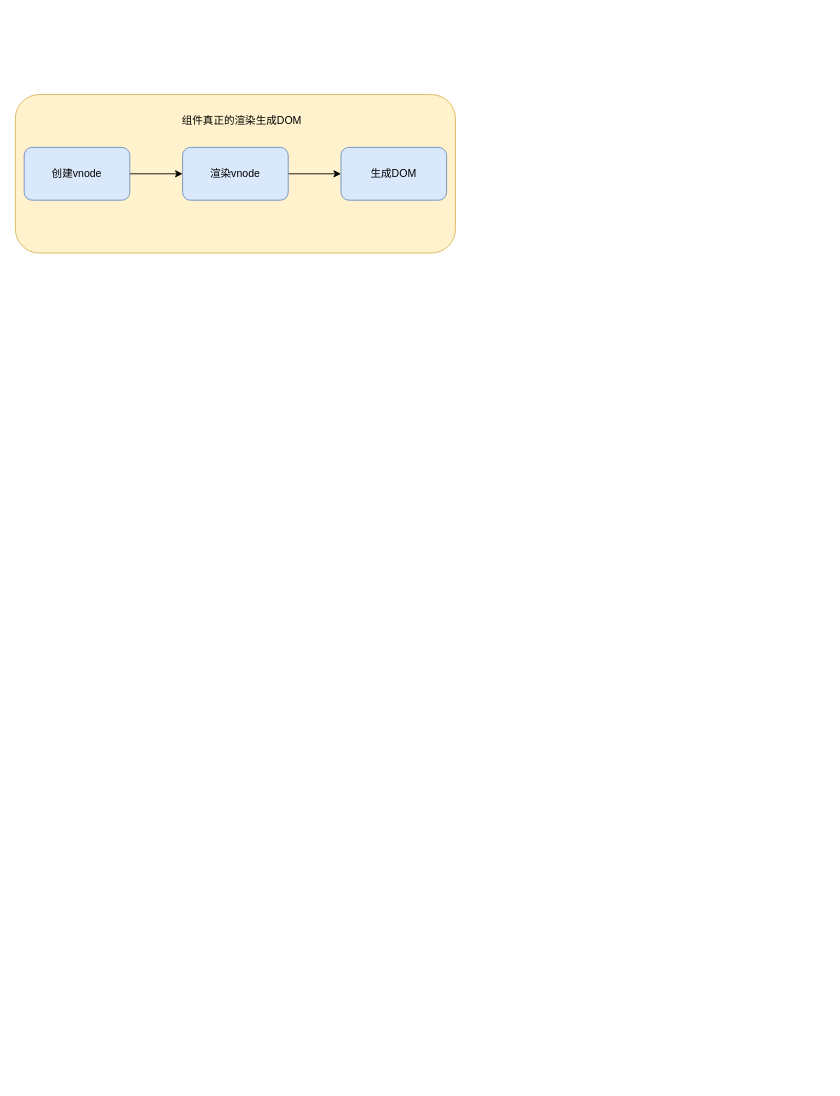
FlyingFish1314/diagrams keeps this draw.io diagram as vue.drawio. Above is the earlier version. Source tidied: cells renumbered, new cells numbered last; positions are measured from the earlier drawing's top-left corner, leaving out a move shared by most shapes. Both pictures are drawn from the tidied source at 88%, with x=0, y=0 at pixel (15, 94).
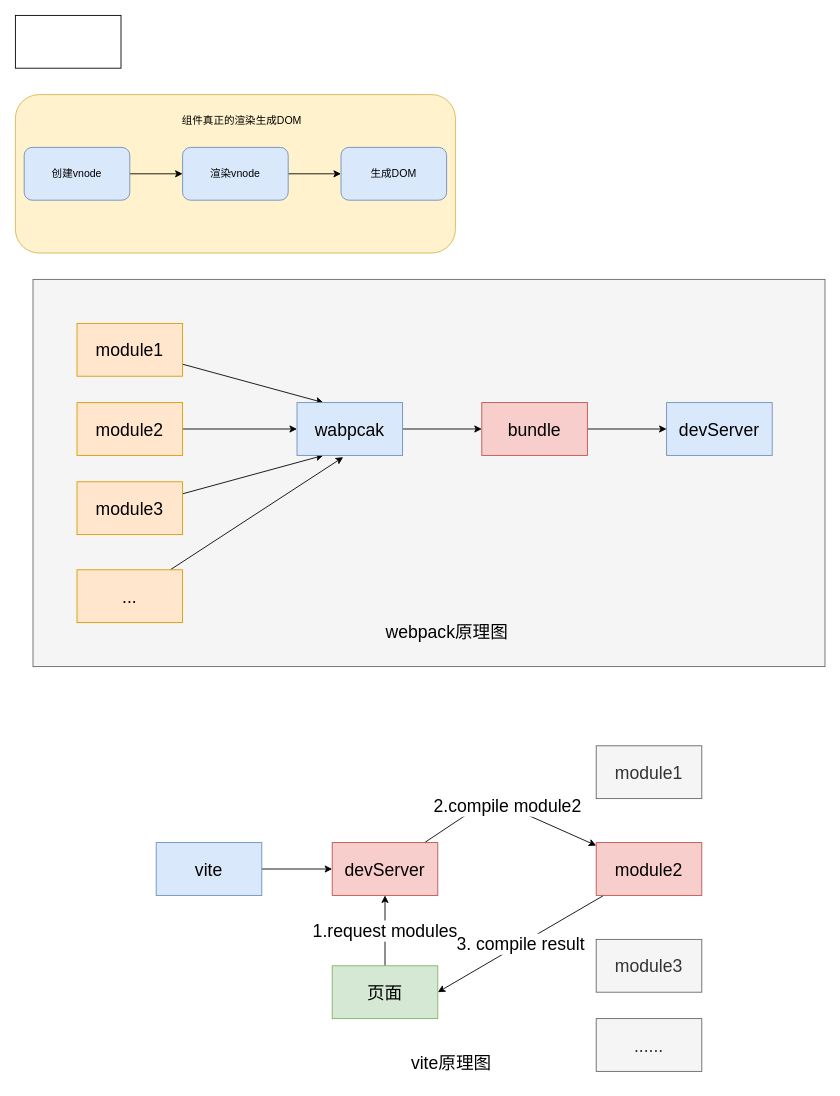
After the change.

Diff of the diagram source:
```diff
@@
+    <mxCell id="9" style="rounded=0;whiteSpace=wrap;html=1;fontSize=20;fillColor=#f5f5f5;fontColor=#333333;strokeColor=#666666;" parent="1" vertex="1">
+      <mxGeometry x="20" y="210" width="900" height="440" as="geometry" />
+    </mxCell>
@@
+    <mxCell id="10" style="rounded=0;whiteSpace=wrap;html=1;" parent="1" vertex="1">
+      <mxGeometry y="-90" width="120" height="60" as="geometry" />
+    </mxCell>
+    <mxCell id="11" style="edgeStyle=none;html=1;entryX=0.25;entryY=0;entryDx=0;entryDy=0;fontSize=20;" parent="1" edge="1" source="12" target="18">
+      <mxGeometry relative="1" as="geometry" />
+    </mxCell>
+    <mxCell id="12" value="&lt;font style=&quot;font-size: 20px;&quot;&gt;module1&lt;/font&gt;" style="rounded=0;whiteSpace=wrap;html=1;fillColor=#ffe6cc;strokeColor=#d79b00;" parent="1" vertex="1">
+      <mxGeometry x="70" y="260" width="120" height="60" as="geometry" />
+    </mxCell>
+    <mxCell id="13" style="edgeStyle=none;html=1;entryX=0;entryY=0.5;entryDx=0;entryDy=0;fontSize=20;" parent="1" edge="1" source="14" target="18">
+      <mxGeometry relative="1" as="geometry" />
+    </mxCell>
+    <mxCell id="14" value="&lt;font style=&quot;font-size: 20px;&quot;&gt;module2&lt;/font&gt;" style="rounded=0;whiteSpace=wrap;html=1;fillColor=#ffe6cc;strokeColor=#d79b00;" parent="1" vertex="1">
+      <mxGeometry x="70" y="350" width="120" height="60" as="geometry" />
+    </mxCell>
+    <mxCell id="15" style="edgeStyle=none;html=1;entryX=0.25;entryY=1;entryDx=0;entryDy=0;fontSize=20;" parent="1" edge="1" source="16" target="18">
+      <mxGeometry relative="1" as="geometry" />
+    </mxCell>
+    <mxCell id="16" value="&lt;font style=&quot;font-size: 20px;&quot;&gt;module3&lt;/font&gt;" style="rounded=0;whiteSpace=wrap;html=1;fillColor=#ffe6cc;strokeColor=#d79b00;" parent="1" vertex="1">
+      <mxGeometry x="70" y="440" width="120" height="60" as="geometry" />
+    </mxCell>
+    <mxCell id="17" style="edgeStyle=none;html=1;entryX=0;entryY=0.5;entryDx=0;entryDy=0;fontSize=20;" parent="1" edge="1" source="18" target="22">
+      <mxGeometry relative="1" as="geometry" />
+    </mxCell>
+    <mxCell id="18" value="wabpcak" style="rounded=0;whiteSpace=wrap;html=1;fontSize=20;fillColor=#dae8fc;strokeColor=#6c8ebf;" parent="1" vertex="1">
+      <mxGeometry x="320" y="350" width="120" height="60" as="geometry" />
+    </mxCell>
+    <mxCell id="19" style="edgeStyle=none;html=1;entryX=0.437;entryY=1.033;entryDx=0;entryDy=0;entryPerimeter=0;fontSize=20;" parent="1" edge="1" source="20" target="18">
+      <mxGeometry relative="1" as="geometry" />
+    </mxCell>
+    <mxCell id="20" value="&lt;span style=&quot;font-size: 20px;&quot;&gt;...&lt;/span&gt;" style="rounded=0;whiteSpace=wrap;html=1;fillColor=#ffe6cc;strokeColor=#d79b00;" parent="1" vertex="1">
+      <mxGeometry x="70" y="540" width="120" height="60" as="geometry" />
+    </mxCell>
+    <mxCell id="21" style="edgeStyle=none;html=1;fontSize=20;" parent="1" edge="1" source="22" target="23">
+      <mxGeometry relative="1" as="geometry" />
+    </mxCell>
+    <mxCell id="22" value="bundle" style="rounded=0;whiteSpace=wrap;html=1;fontSize=20;fillColor=#f8cecc;strokeColor=#b85450;" parent="1" vertex="1">
+      <mxGeometry x="530" y="350" width="120" height="60" as="geometry" />
+    </mxCell>
+    <mxCell id="23" value="devServer" style="rounded=0;whiteSpace=wrap;html=1;fontSize=20;fillColor=#dae8fc;strokeColor=#6c8ebf;" parent="1" vertex="1">
+      <mxGeometry x="740" y="350" width="120" height="60" as="geometry" />
+    </mxCell>
+    <mxCell id="24" value="webpack原理图" style="text;html=1;align=center;verticalAlign=middle;strokeColor=none;fillColor=none;fontSize=20;" parent="1" vertex="1">
+      <mxGeometry x="410" y="590" width="160" height="40" as="geometry" />
+    </mxCell>
+    <mxCell id="25" style="edgeStyle=none;html=1;fontSize=20;" parent="1" edge="1" source="26" target="28">
+      <mxGeometry relative="1" as="geometry" />
+    </mxCell>
+    <mxCell id="26" value="vite" style="rounded=0;whiteSpace=wrap;html=1;fontSize=20;fillColor=#dae8fc;strokeColor=#6c8ebf;" parent="1" vertex="1">
+      <mxGeometry x="160" y="850" width="120" height="60" as="geometry" />
+    </mxCell>
+    <mxCell id="27" value="2.compile module2" style="edgeStyle=none;html=1;fontSize=20;" parent="1" edge="1" source="28" target="30">
+      <mxGeometry relative="1" as="geometry">
+        <Array as="points">
+          <mxPoint x="540" y="800" />
+        </Array>
+      </mxGeometry>
+    </mxCell>
+    <mxCell id="28" value="devServer" style="rounded=0;whiteSpace=wrap;html=1;fontSize=20;fillColor=#f8cecc;strokeColor=#b85450;" parent="1" vertex="1">
+      <mxGeometry x="360" y="850" width="120" height="60" as="geometry" />
+    </mxCell>
+    <mxCell id="29" value="3. compile result" style="edgeStyle=none;html=1;entryX=1;entryY=0.5;entryDx=0;entryDy=0;fontSize=20;" parent="1" edge="1" source="30" target="35">
+      <mxGeometry relative="1" as="geometry" />
+    </mxCell>
+    <mxCell id="30" value="module2" style="rounded=0;whiteSpace=wrap;html=1;fontSize=20;fillColor=#f8cecc;strokeColor=#b85450;" parent="1" vertex="1">
+      <mxGeometry x="660" y="850" width="120" height="60" as="geometry" />
+    </mxCell>
+    <mxCell id="31" value="module1" style="rounded=0;whiteSpace=wrap;html=1;fontSize=20;fillColor=#f5f5f5;strokeColor=#666666;fontColor=#333333;" parent="1" vertex="1">
+      <mxGeometry x="660" y="740" width="120" height="60" as="geometry" />
+    </mxCell>
+    <mxCell id="32" value="module3" style="rounded=0;whiteSpace=wrap;html=1;fontSize=20;fillColor=#f5f5f5;strokeColor=#666666;fontColor=#333333;" parent="1" vertex="1">
+      <mxGeometry x="660" y="960" width="120" height="60" as="geometry" />
+    </mxCell>
+    <mxCell id="33" value="......" style="rounded=0;whiteSpace=wrap;html=1;fontSize=20;fillColor=#f5f5f5;strokeColor=#666666;fontColor=#333333;" parent="1" vertex="1">
+      <mxGeometry x="660" y="1050" width="120" height="60" as="geometry" />
+    </mxCell>
+    <mxCell id="34" value="1.request modules" style="edgeStyle=none;html=1;exitX=0.5;exitY=0;exitDx=0;exitDy=0;entryX=0.5;entryY=1;entryDx=0;entryDy=0;fontSize=20;" parent="1" edge="1" source="35" target="28">
+      <mxGeometry relative="1" as="geometry" />
+    </mxCell>
+    <mxCell id="35" value="页面" style="rounded=0;whiteSpace=wrap;html=1;fontSize=20;fillColor=#d5e8d4;strokeColor=#82b366;" parent="1" vertex="1">
+      <mxGeometry x="360" y="990" width="120" height="60" as="geometry" />
+    </mxCell>
+    <mxCell id="36" value="vite原理图" style="text;html=1;align=center;verticalAlign=middle;strokeColor=none;fillColor=none;fontSize=20;" parent="1" vertex="1">
+      <mxGeometry x="440" y="1080" width="110" height="40" as="geometry" />
+    </mxCell>
```
